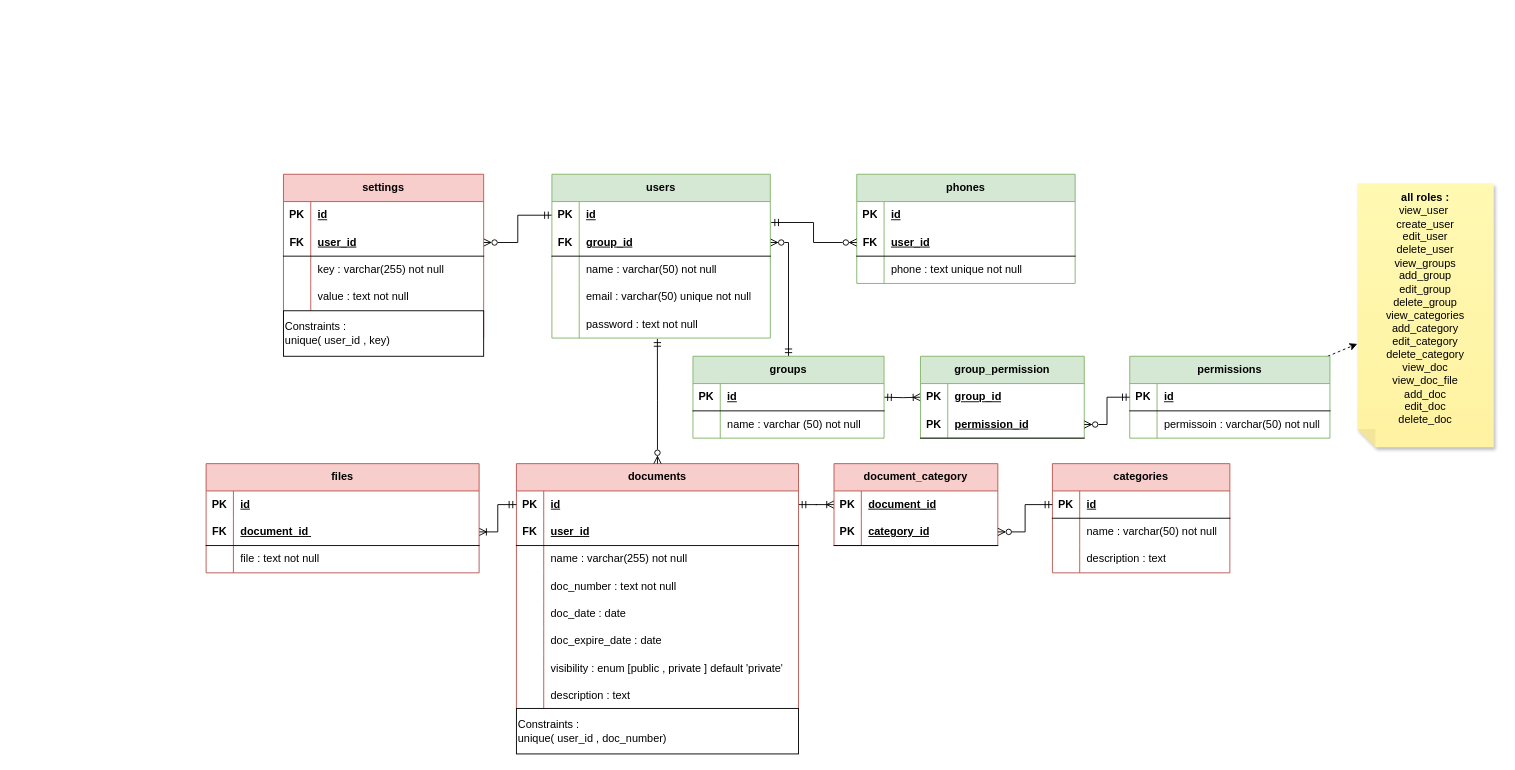
The draw.io diagram page "db_schema" (1 of 2) of planning/diagram.drawio in khaledfathi/documents-vault, before the edit. Source tidied: cells renumbered, new cells numbered last; positions are measured from the earlier drawing's top-left corner, leaving out a move shared by most shapes. Both pictures are drawn from the tidied source at 91%, with x=0, y=0 at pixel (206, 174).
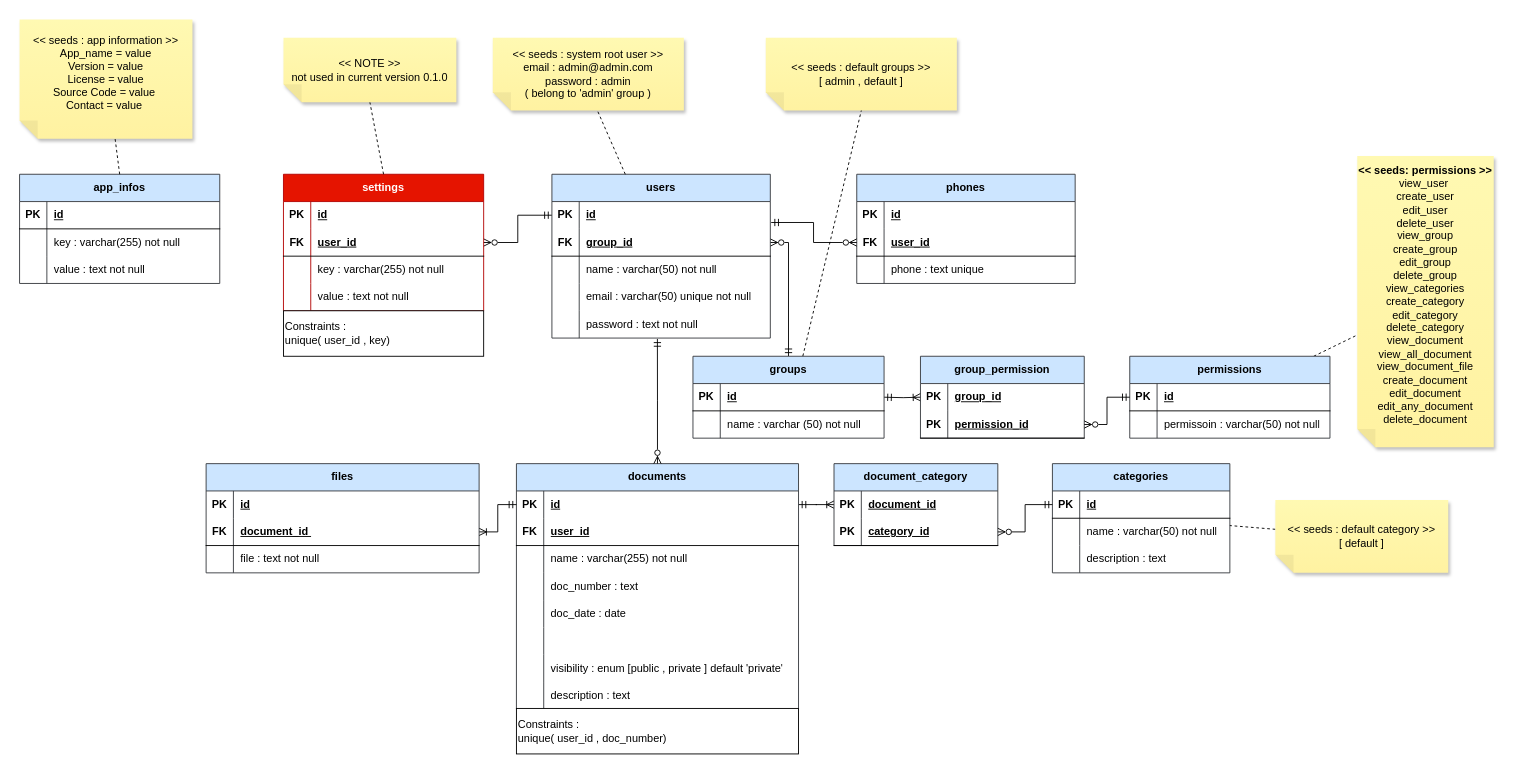
Above is the later version.

Unchanged cells that the change refers to:
```xml
<mxCell id="47" style="shape=tableRow;horizontal=0;startSize=0;swimlaneHead=0;swimlaneBody=0;fillColor=none;top=0;left=0;right=0;bottom=0;html=1;" parent="37" vertex="1">
  <mxGeometry y="120" width="310" height="30" as="geometry" />
</mxCell>
<mxCell id="53" style="shape=tableRow;horizontal=0;startSize=0;swimlaneHead=0;swimlaneBody=0;fillColor=none;top=0;left=0;right=0;bottom=0;html=1;" parent="37" vertex="1">
  <mxGeometry y="180" width="310" height="30" as="geometry" />
</mxCell>
<mxCell id="95" style="shape=tableRow;horizontal=0;startSize=0;swimlaneHead=0;swimlaneBody=0;fillColor=none;top=0;left=0;right=0;bottom=0;html=1;" parent="88" vertex="1">
  <mxGeometry y="90" width="240" height="30" as="geometry" />
</mxCell>
```

What changed in the source:
```diff
@@
-    <mxCell id="3" value="settings" style="shape=table;startSize=30;childLayout=tableLayout;rowLines=0;fontStyle=1;align=center;html=1;whiteSpace=wrap;fillColor=#f8cecc;strokeColor=#b85450;" parent="1" vertex="1">
-      <mxGeometry x="85" width="220" height="180" as="geometry" />
+    <mxCell id="3" value="settings" style="shape=table;startSize=30;childLayout=tableLayout;rowLines=0;fontStyle=1;align=center;html=1;whiteSpace=wrap;fillColor=#e51400;strokeColor=#B20000;fontColor=#ffffff;" parent="1" vertex="1">
+      <mxGeometry x="85" width="220" height="150" as="geometry" />
     </mxCell>
@@
-    <mxCell id="13" style="shape=tableRow;horizontal=0;startSize=0;swimlaneHead=0;swimlaneBody=0;fillColor=none;top=0;left=0;right=0;bottom=0;html=1;" parent="3" vertex="1">
-      <mxGeometry y="120" width="220" height="30" as="geometry" />
-    </mxCell>
-    <mxCell id="14" style="shape=partialRectangle;fillColor=none;top=0;left=0;bottom=0;right=0;overflow=hidden;html=1;whiteSpace=wrap;" parent="13" vertex="1">
-      <mxGeometry width="30" height="30" as="geometry" />
-    </mxCell>
-    <mxCell id="15" value="value : text not null" style="shape=partialRectangle;fillColor=none;top=0;left=0;bottom=0;right=0;align=left;spacingLeft=6;overflow=hidden;html=1;whiteSpace=wrap;" parent="13" vertex="1">
-      <mxGeometry x="30" width="190" height="30" as="geometry" />
-    </mxCell>
     <mxCell id="16" style="shape=tableRow;horizontal=0;startSize=0;swimlaneHead=0;swimlaneBody=0;fillColor=none;top=0;left=0;right=0;bottom=0;html=1;" parent="3" vertex="1">
-      <mxGeometry y="150" width="220" height="30" as="geometry" />
+      <mxGeometry y="120" width="220" height="30" as="geometry" />
     </mxCell>
@@
-    <mxCell id="21" value="groups" style="shape=table;startSize=30;childLayout=tableLayout;rowLines=0;fontStyle=1;align=center;html=1;whiteSpace=wrap;fillColor=#d5e8d4;strokeColor=#82b366;" parent="1" vertex="1">
+    <mxCell id="21" value="groups" style="shape=table;startSize=30;childLayout=tableLayout;rowLines=0;fontStyle=1;align=center;html=1;whiteSpace=wrap;fillColor=#cce5ff;strokeColor=#36393d;" parent="1" vertex="1">
       <mxGeometry x="535" y="200" width="210" height="90" as="geometry" />
     </mxCell>
@@
-    <mxCell id="28" style="rounded=0;jettySize=auto;html=1;dashed=1;" parent="1" edge="1" source="29" target="127">
+    <mxCell id="28" style="rounded=0;jettySize=auto;html=1;dashed=1;endArrow=none;endFill=0;" parent="1" edge="1" source="29" target="127">
       <mxGeometry relative="1" as="geometry" />
     </mxCell>
-    <mxCell id="29" value="permissions" style="shape=table;startSize=30;childLayout=tableLayout;rowLines=0;fontStyle=1;align=center;html=1;whiteSpace=wrap;fillColor=#d5e8d4;strokeColor=#82b366;" parent="1" vertex="1">
+    <mxCell id="29" value="permissions" style="shape=table;startSize=30;childLayout=tableLayout;rowLines=0;fontStyle=1;align=center;html=1;whiteSpace=wrap;fillColor=#cce5ff;strokeColor=#36393d;" parent="1" vertex="1">
       <mxGeometry x="1015" y="200" width="220" height="90" as="geometry" />
     </mxCell>
@@
-    <mxCell id="37" value="documents" style="shape=table;startSize=30;childLayout=tableLayout;rowLines=0;fontStyle=1;align=center;html=1;whiteSpace=wrap;fillColor=#f8cecc;strokeColor=#b85450;" parent="1" vertex="1">
+    <mxCell id="37" value="documents" style="shape=table;startSize=30;childLayout=tableLayout;rowLines=0;fontStyle=1;align=center;html=1;whiteSpace=wrap;fillColor=#cce5ff;strokeColor=#36393d;" parent="1" vertex="1">
       <mxGeometry x="341" y="318" width="310" height="270" as="geometry" />
     </mxCell>
@@
-    <mxCell id="49" value="doc_number : text not null" style="shape=partialRectangle;fillColor=none;top=0;left=0;bottom=0;right=0;align=left;spacingLeft=6;overflow=hidden;html=1;whiteSpace=wrap;" parent="47" vertex="1">
+    <mxCell id="49" value="doc_number : text&amp;nbsp;" style="shape=partialRectangle;fillColor=none;top=0;left=0;bottom=0;right=0;align=left;spacingLeft=6;overflow=hidden;html=1;whiteSpace=wrap;" parent="47" vertex="1">
       <mxGeometry x="30" width="280" height="30" as="geometry" />
     </mxCell>
@@
-    <mxCell id="55" value="doc_expire_date : date" style="shape=partialRectangle;fillColor=none;top=0;left=0;bottom=0;right=0;align=left;spacingLeft=6;overflow=hidden;html=1;whiteSpace=wrap;" parent="53" vertex="1">
+    <mxCell id="55" value=" " style="shape=partialRectangle;fillColor=none;top=0;left=0;bottom=0;right=0;align=left;spacingLeft=6;overflow=hidden;html=1;whiteSpace=wrap;" parent="53" vertex="1">
       <mxGeometry x="30" width="280" height="30" as="geometry" />
     </mxCell>
@@
-    <mxCell id="62" value="users" style="shape=table;startSize=30;childLayout=tableLayout;rowLines=0;fontStyle=1;align=center;html=1;whiteSpace=wrap;fillColor=#d5e8d4;strokeColor=#82b366;" parent="1" vertex="1">
+    <mxCell id="62" value="users" style="shape=table;startSize=30;childLayout=tableLayout;rowLines=0;fontStyle=1;align=center;html=1;whiteSpace=wrap;fillColor=#cce5ff;strokeColor=#36393d;" parent="1" vertex="1">
       <mxGeometry x="380" width="240" height="180" as="geometry" />
     </mxCell>
@@
-    <mxCell id="78" value="categories" style="shape=table;startSize=30;childLayout=tableLayout;rowLines=0;fontStyle=1;align=center;html=1;whiteSpace=wrap;fillColor=#f8cecc;strokeColor=#b85450;" parent="1" vertex="1">
+    <mxCell id="78" value="categories" style="shape=table;startSize=30;childLayout=tableLayout;rowLines=0;fontStyle=1;align=center;html=1;whiteSpace=wrap;fillColor=#cce5ff;strokeColor=#36393d;" parent="1" vertex="1">
       <mxGeometry x="930" y="318" width="195" height="120" as="geometry" />
     </mxCell>
@@
-    <mxCell id="88" value="phones" style="shape=table;startSize=30;childLayout=tableLayout;rowLines=0;fontStyle=1;align=center;html=1;whiteSpace=wrap;fillColor=#d5e8d4;strokeColor=#82b366;" parent="1" vertex="1">
+    <mxCell id="88" value="phones" style="shape=table;startSize=30;childLayout=tableLayout;rowLines=0;fontStyle=1;align=center;html=1;whiteSpace=wrap;fillColor=#cce5ff;strokeColor=#36393d;" parent="1" vertex="1">
       <mxGeometry x="715" width="240" height="120" as="geometry" />
     </mxCell>
@@
-    <mxCell id="97" value="phone : text unique not null" style="shape=partialRectangle;fillColor=none;top=0;left=0;bottom=0;right=0;align=left;spacingLeft=6;overflow=hidden;html=1;whiteSpace=wrap;" parent="95" vertex="1">
+    <mxCell id="97" value="phone : text unique&amp;nbsp;" style="shape=partialRectangle;fillColor=none;top=0;left=0;bottom=0;right=0;align=left;spacingLeft=6;overflow=hidden;html=1;whiteSpace=wrap;" parent="95" vertex="1">
       <mxGeometry x="30" width="210" height="30" as="geometry" />
     </mxCell>
@@
-    <mxCell id="100" value="files" style="shape=table;startSize=30;childLayout=tableLayout;rowLines=0;fontStyle=1;align=center;html=1;whiteSpace=wrap;fillColor=#f8cecc;strokeColor=#b85450;" parent="1" vertex="1">
+    <mxCell id="100" value="files" style="shape=table;startSize=30;childLayout=tableLayout;rowLines=0;fontStyle=1;align=center;html=1;whiteSpace=wrap;fillColor=#cce5ff;strokeColor=#36393d;" parent="1" vertex="1">
       <mxGeometry y="318" width="300" height="120" as="geometry" />
     </mxCell>
@@
-    <mxCell id="110" value="group_permission" style="shape=table;startSize=30;childLayout=tableLayout;rowLines=0;fontStyle=1;align=center;html=1;whiteSpace=wrap;fillColor=#d5e8d4;strokeColor=#82b366;" parent="1" vertex="1">
+    <mxCell id="110" value="group_permission" style="shape=table;startSize=30;childLayout=tableLayout;rowLines=0;fontStyle=1;align=center;html=1;whiteSpace=wrap;fillColor=#cce5ff;strokeColor=#36393d;" parent="1" vertex="1">
       <mxGeometry x="785" y="200" width="180" height="90" as="geometry" />
     </mxCell>
@@
-    <mxCell id="118" value="document_category" style="shape=table;startSize=30;childLayout=tableLayout;rowLines=0;fontStyle=1;align=center;html=1;whiteSpace=wrap;fillColor=#f8cecc;strokeColor=#b85450;" parent="1" vertex="1">
+    <mxCell id="118" value="document_category" style="shape=table;startSize=30;childLayout=tableLayout;rowLines=0;fontStyle=1;align=center;html=1;whiteSpace=wrap;fillColor=#cce5ff;strokeColor=#36393d;" parent="1" vertex="1">
       <mxGeometry x="690" y="318" width="180" height="90" as="geometry" />
     </mxCell>
@@
-    <mxCell id="127" value="&lt;b&gt;all roles :&lt;br&gt;&lt;/b&gt;view_user&amp;nbsp;&lt;br&gt;create_user&lt;div&gt;edit_user&lt;/div&gt;&lt;div&gt;delete_user&lt;br&gt;view_groups&lt;br&gt;add_group&lt;br&gt;edit_group&lt;br&gt;delete_group&lt;br&gt;view_categories&lt;/div&gt;&lt;div&gt;add_category&lt;/div&gt;&lt;div&gt;edit_category&lt;/div&gt;&lt;div&gt;delete_category&lt;/div&gt;&lt;div&gt;view_doc&lt;/div&gt;&lt;div&gt;view_doc_file&lt;br&gt;add_doc&lt;/div&gt;&lt;div&gt;edit_doc&lt;/div&gt;&lt;div&gt;delete_doc&lt;/div&gt;&lt;div&gt;&lt;br&gt;&lt;/div&gt;" style="shape=note;whiteSpace=wrap;html=1;backgroundOutline=1;fontColor=#000000;darkOpacity=0.05;fillColor=#FFF9B2;strokeColor=none;fillStyle=solid;direction=west;gradientDirection=north;gradientColor=#FFF2A1;shadow=1;size=20;" parent="1" vertex="1">
-      <mxGeometry x="1265" y="10" width="150" height="290" as="geometry" />
+    <mxCell id="127" value="&lt;b&gt;&amp;lt;&amp;lt; seeds: permissions &amp;gt;&amp;gt;&lt;br&gt;&lt;/b&gt;view_user&amp;nbsp;&lt;br&gt;create_user&lt;div&gt;edit_user&lt;/div&gt;&lt;div&gt;delete_user&lt;br&gt;view_group&lt;br&gt;create_group&lt;br&gt;edit_group&lt;br&gt;delete_group&lt;br&gt;view_categories&lt;/div&gt;&lt;div&gt;create_category&lt;/div&gt;&lt;div&gt;edit_category&lt;/div&gt;&lt;div&gt;delete_category&lt;/div&gt;&lt;div&gt;view_document&lt;br&gt;view_all_document&lt;/div&gt;&lt;div&gt;view_document_file&lt;br&gt;create_document&lt;/div&gt;&lt;div&gt;edit_document&lt;br&gt;edit_any_document&lt;/div&gt;&lt;div&gt;delete_document&lt;/div&gt;&lt;div&gt;&lt;br&gt;&lt;/div&gt;" style="shape=note;whiteSpace=wrap;html=1;backgroundOutline=1;fontColor=#000000;darkOpacity=0.05;fillColor=#FFF9B2;strokeColor=none;fillStyle=solid;direction=west;gradientDirection=north;gradientColor=#FFF2A1;shadow=1;size=20;" parent="1" vertex="1">
+      <mxGeometry x="1265" y="-20" width="150" height="320" as="geometry" />
     </mxCell>
@@
+    <mxCell id="130" value="app_infos" style="shape=table;startSize=30;childLayout=tableLayout;rowLines=0;fontStyle=1;align=center;html=1;whiteSpace=wrap;fillColor=#cce5ff;strokeColor=#36393d;" parent="1" vertex="1">
+      <mxGeometry x="-205" width="220" height="120" as="geometry" />
+    </mxCell>
+    <mxCell id="131" style="shape=tableRow;horizontal=0;startSize=0;swimlaneHead=0;swimlaneBody=0;fillColor=none;top=0;left=0;right=0;bottom=1;html=1;rounded=0;" parent="130" vertex="1">
+      <mxGeometry y="30" width="220" height="30" as="geometry" />
+    </mxCell>
+    <mxCell id="132" value="PK" style="shape=partialRectangle;fillColor=none;top=0;left=0;bottom=0;right=0;fontStyle=1;overflow=hidden;html=1;whiteSpace=wrap;" parent="131" vertex="1">
+      <mxGeometry width="30" height="30" as="geometry" />
+    </mxCell>
+    <mxCell id="133" value="id" style="shape=partialRectangle;fillColor=none;top=0;left=0;bottom=0;right=0;align=left;spacingLeft=6;fontStyle=5;overflow=hidden;html=1;whiteSpace=wrap;" parent="131" vertex="1">
+      <mxGeometry x="30" width="190" height="30" as="geometry" />
+    </mxCell>
+    <mxCell id="134" style="shape=tableRow;horizontal=0;startSize=0;swimlaneHead=0;swimlaneBody=0;fillColor=none;top=0;left=0;right=0;bottom=0;html=1;" parent="130" vertex="1">
+      <mxGeometry y="60" width="220" height="30" as="geometry" />
+    </mxCell>
+    <mxCell id="135" style="shape=partialRectangle;fillColor=none;top=0;left=0;bottom=0;right=0;overflow=hidden;html=1;whiteSpace=wrap;" parent="134" vertex="1">
+      <mxGeometry width="30" height="30" as="geometry" />
+    </mxCell>
+    <mxCell id="136" value="key : varchar(255) not null" style="shape=partialRectangle;fillColor=none;top=0;left=0;bottom=0;right=0;align=left;spacingLeft=6;overflow=hidden;html=1;whiteSpace=wrap;" parent="134" vertex="1">
+      <mxGeometry x="30" width="190" height="30" as="geometry" />
+    </mxCell>
+    <mxCell id="137" style="shape=tableRow;horizontal=0;startSize=0;swimlaneHead=0;swimlaneBody=0;fillColor=none;top=0;left=0;right=0;bottom=0;html=1;" parent="130" vertex="1">
+      <mxGeometry y="90" width="220" height="30" as="geometry" />
+    </mxCell>
+    <mxCell id="138" style="shape=partialRectangle;fillColor=none;top=0;left=0;bottom=0;right=0;overflow=hidden;html=1;whiteSpace=wrap;" parent="137" vertex="1">
+      <mxGeometry width="30" height="30" as="geometry" />
+    </mxCell>
+    <mxCell id="15" value="value : text not null" style="shape=partialRectangle;fillColor=none;top=0;left=0;bottom=0;right=0;align=left;spacingLeft=6;overflow=hidden;html=1;whiteSpace=wrap;" parent="137" vertex="1">
+      <mxGeometry x="30" width="190" height="30" as="geometry" />
+    </mxCell>
+    <mxCell id="139" value="&amp;lt;&amp;lt; seeds : system root user &amp;gt;&amp;gt;&lt;div&gt;email : admin@admin.com&lt;/div&gt;&lt;div&gt;password : admin&lt;br&gt;( belong to 'admin' group )&lt;/div&gt;" style="shape=note;whiteSpace=wrap;html=1;backgroundOutline=1;fontColor=#000000;darkOpacity=0.05;fillColor=#FFF9B2;strokeColor=none;fillStyle=solid;direction=west;gradientDirection=north;gradientColor=#FFF2A1;shadow=1;size=20;" parent="1" vertex="1">
+      <mxGeometry x="315" y="-150" width="210" height="80" as="geometry" />
+    </mxCell>
+    <mxCell id="140" style="rounded=0;jettySize=auto;html=1;entryX=0;entryY=0;entryDx=95;entryDy=0;entryPerimeter=0;endArrow=none;endFill=0;dashed=1;" parent="1" edge="1" source="62" target="139">
+      <mxGeometry relative="1" as="geometry" />
+    </mxCell>
+    <mxCell id="141" value="&amp;lt;&amp;lt; seeds : default groups &amp;gt;&amp;gt;&lt;br&gt;[ admin , default ]" style="shape=note;whiteSpace=wrap;html=1;backgroundOutline=1;fontColor=#000000;darkOpacity=0.05;fillColor=#FFF9B2;strokeColor=none;fillStyle=solid;direction=west;gradientDirection=north;gradientColor=#FFF2A1;shadow=1;size=20;" parent="1" vertex="1">
+      <mxGeometry x="615" y="-150" width="210" height="80" as="geometry" />
+    </mxCell>
+    <mxCell id="142" style="rounded=0;jettySize=auto;html=1;entryX=0.5;entryY=0;entryDx=0;entryDy=0;entryPerimeter=0;endArrow=none;endFill=0;dashed=1;exitX=0.575;exitY=-0.002;exitDx=0;exitDy=0;exitPerimeter=0;" parent="1" edge="1" source="21" target="141">
+      <mxGeometry relative="1" as="geometry" />
+    </mxCell>
+    <mxCell id="143" style="rounded=0;jettySize=auto;html=1;dashed=1;endArrow=none;endFill=0;" parent="1" edge="1" source="144" target="78">
+      <mxGeometry relative="1" as="geometry" />
+    </mxCell>
+    <mxCell id="144" value="&amp;lt;&amp;lt; seeds : default category &amp;gt;&amp;gt;&lt;br&gt;[ default ]" style="shape=note;whiteSpace=wrap;html=1;backgroundOutline=1;fontColor=#000000;darkOpacity=0.05;fillColor=#FFF9B2;strokeColor=none;fillStyle=solid;direction=west;gradientDirection=north;gradientColor=#FFF2A1;shadow=1;size=20;" parent="1" vertex="1">
+      <mxGeometry x="1175" y="358" width="190" height="80" as="geometry" />
+    </mxCell>
+    <mxCell id="145" value="&amp;lt;&amp;lt; seeds : app information &amp;gt;&amp;gt;&lt;br&gt;App_name = value&lt;br&gt;Version = value&lt;div&gt;License = value&lt;/div&gt;&lt;div&gt;Source Code = value&amp;nbsp;&lt;/div&gt;&lt;div&gt;Contact = value&amp;nbsp;&lt;br&gt;&lt;div&gt;&lt;br&gt;&lt;/div&gt;&lt;/div&gt;" style="shape=note;whiteSpace=wrap;html=1;backgroundOutline=1;fontColor=#000000;darkOpacity=0.05;fillColor=#FFF9B2;strokeColor=none;fillStyle=solid;direction=west;gradientDirection=north;gradientColor=#FFF2A1;shadow=1;size=20;" parent="1" vertex="1">
+      <mxGeometry x="-205" y="-170" width="190" height="131" as="geometry" />
+    </mxCell>
+    <mxCell id="146" style="rounded=0;jettySize=auto;html=1;entryX=0;entryY=0;entryDx=85;entryDy=0;entryPerimeter=0;endArrow=none;endFill=0;dashed=1;exitX=0.5;exitY=0;exitDx=0;exitDy=0;" parent="1" edge="1" source="130" target="145">
+      <mxGeometry relative="1" as="geometry" />
+    </mxCell>
+    <mxCell id="147" value="&amp;lt;&amp;lt; NOTE &amp;gt;&amp;gt;&lt;br&gt;not used in current version 0.1.0" style="shape=note;whiteSpace=wrap;html=1;backgroundOutline=1;fontColor=#000000;darkOpacity=0.05;fillColor=#FFF9B2;strokeColor=none;fillStyle=solid;direction=west;gradientDirection=north;gradientColor=#FFF2A1;shadow=1;size=20;" parent="1" vertex="1">
+      <mxGeometry x="85" y="-150" width="190" height="71" as="geometry" />
+    </mxCell>
+    <mxCell id="148" style="rounded=0;jettySize=auto;html=1;entryX=0.5;entryY=0;entryDx=0;entryDy=0;entryPerimeter=0;endArrow=none;endFill=0;dashed=1;exitX=0.5;exitY=0;exitDx=0;exitDy=0;" parent="1" edge="1" source="3" target="147">
+      <mxGeometry relative="1" as="geometry" />
+    </mxCell>
```
